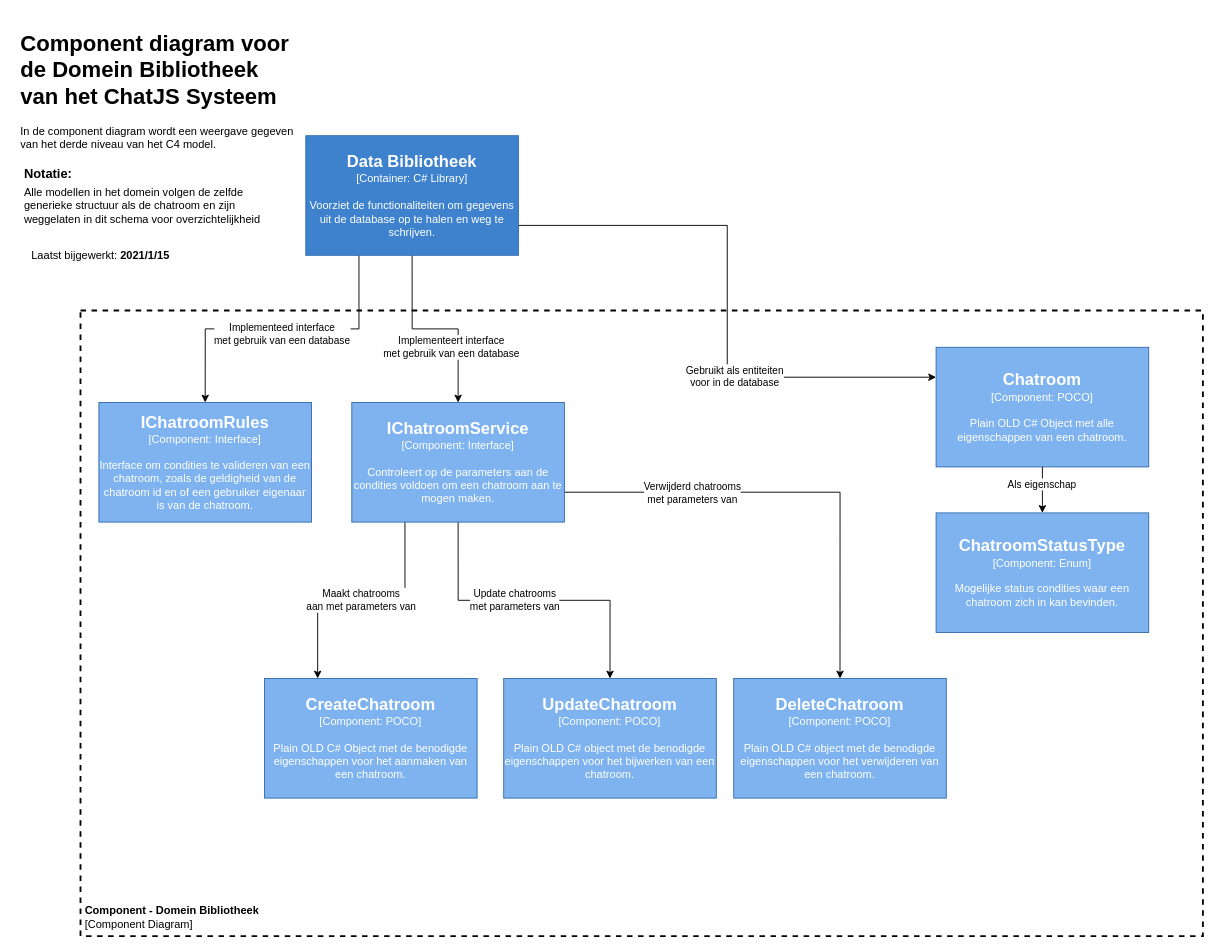
Before: docs/01. Diagrams/C4 Models/3. Components/Component Diagram - Domein Bibliotheek.drawio in i442124/ChatJS, a draw.io diagram. Source tidied: cells renumbered, new cells numbered last; positions are measured from the earlier drawing's top-left corner, leaving out a move shared by most shapes. Both pictures are drawn from the tidied source at 92%, with x=0, y=0 at pixel (16, 25).
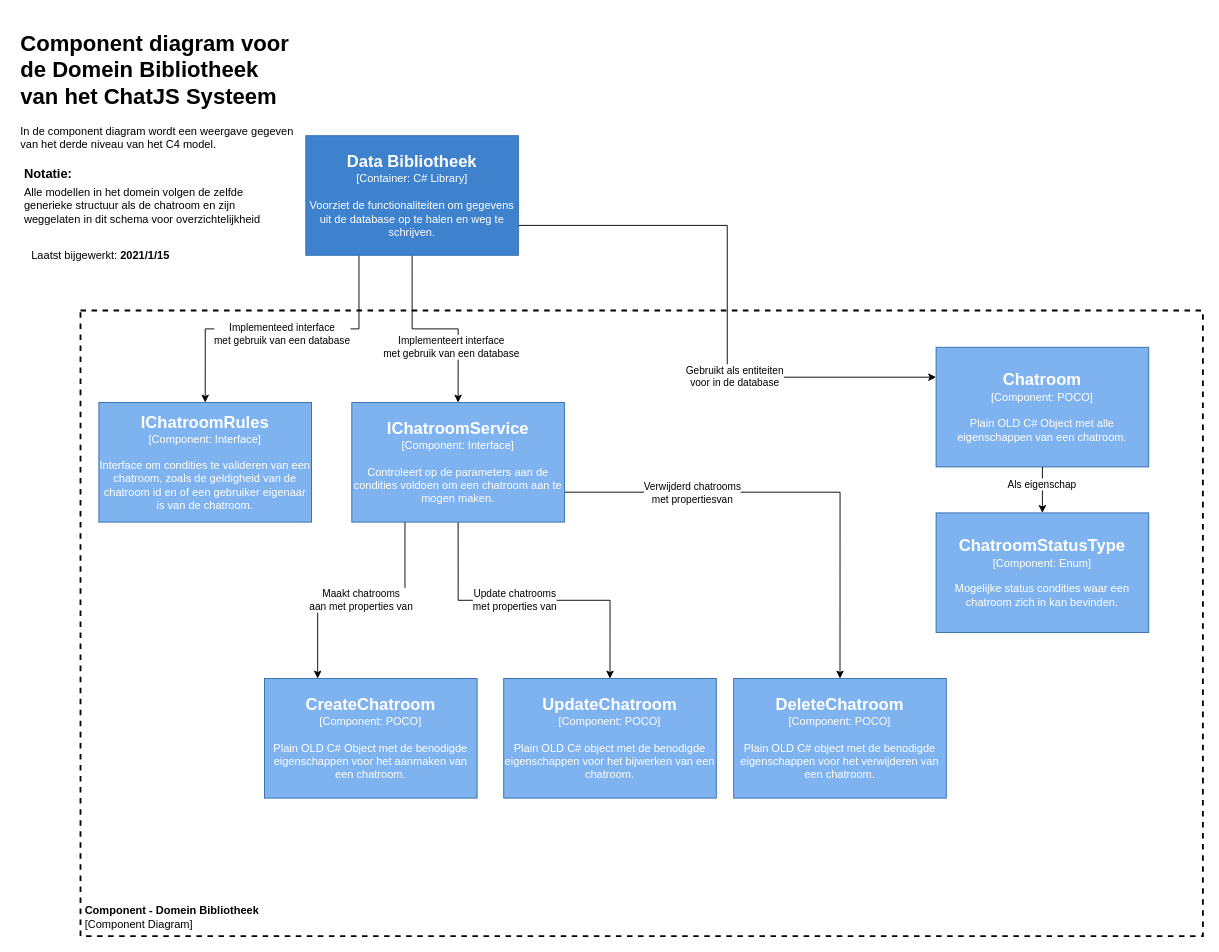
After the change.

Unchanged cells that the change refers to:
```xml
<mxCell id="17" style="edgeStyle=orthogonalEdgeStyle;rounded=0;jettySize=auto;html=1;exitX=0.25;exitY=1;exitDx=0;exitDy=0;entryX=0.25;entryY=0;entryDx=0;entryDy=0;" parent="1" edge="1" source="23" target="14">
  <mxGeometry relative="1" as="geometry" />
</mxCell>
<mxCell id="19" style="edgeStyle=orthogonalEdgeStyle;rounded=0;jettySize=auto;html=1;exitX=0.5;exitY=1;exitDx=0;exitDy=0;entryX=0.5;entryY=0;entryDx=0;entryDy=0;" parent="1" edge="1" source="23" target="15">
  <mxGeometry relative="1" as="geometry" />
</mxCell>
<mxCell id="21" style="edgeStyle=orthogonalEdgeStyle;rounded=0;jettySize=auto;html=1;exitX=1;exitY=0.75;exitDx=0;exitDy=0;entryX=0.5;entryY=0;entryDx=0;entryDy=0;" parent="1" edge="1" source="23" target="16">
  <mxGeometry relative="1" as="geometry" />
</mxCell>
```

Diff of the diagram source:
```diff
@@
-    <mxCell id="18" value="&lt;div&gt;Maakt chatrooms&lt;/div&gt;&lt;div&gt; aan met parameters van&lt;br&gt;&lt;/div&gt;" style="edgeLabel;html=1;align=center;verticalAlign=middle;" parent="17" vertex="1">
+    <mxCell id="18" value="&lt;div&gt;Maakt chatrooms&lt;/div&gt;&lt;div&gt; aan met properties van&lt;br&gt;&lt;/div&gt;" style="edgeLabel;html=1;align=center;verticalAlign=middle;" parent="17" vertex="1">
       <mxGeometry x="-0.13" y="-1" relative="1" as="geometry">
         <mxPoint x="-18.2" as="offset" />
       </mxGeometry>
     </mxCell>
@@
-    <mxCell id="20" value="&lt;div&gt;Update chatrooms &lt;br&gt;&lt;/div&gt;&lt;div&gt;met parameters van&lt;/div&gt;" style="edgeLabel;html=1;align=center;verticalAlign=middle;" parent="19" vertex="1">
+    <mxCell id="20" value="&lt;div&gt;Update chatrooms &lt;br&gt;&lt;/div&gt;&lt;div&gt;met properties van&lt;/div&gt;" style="edgeLabel;html=1;align=center;verticalAlign=middle;" parent="19" vertex="1">
       <mxGeometry x="-0.13" y="1" relative="1" as="geometry" />
     </mxCell>
@@
-    <mxCell id="22" value="&lt;div&gt;Verwijderd chatrooms &lt;br&gt;&lt;/div&gt;&lt;div&gt;met parameters van&lt;/div&gt;" style="edgeLabel;html=1;align=center;verticalAlign=middle;" parent="21" vertex="1">
+    <mxCell id="22" value="&lt;div&gt;Verwijderd chatrooms &lt;br&gt;&lt;/div&gt;&lt;div&gt;met propertiesvan&lt;/div&gt;" style="edgeLabel;html=1;align=center;verticalAlign=middle;" parent="21" vertex="1">
       <mxGeometry x="-0.48" y="-1" relative="1" as="geometry">
         <mxPoint x="7.8" as="offset" />
       </mxGeometry>
     </mxCell>
```
